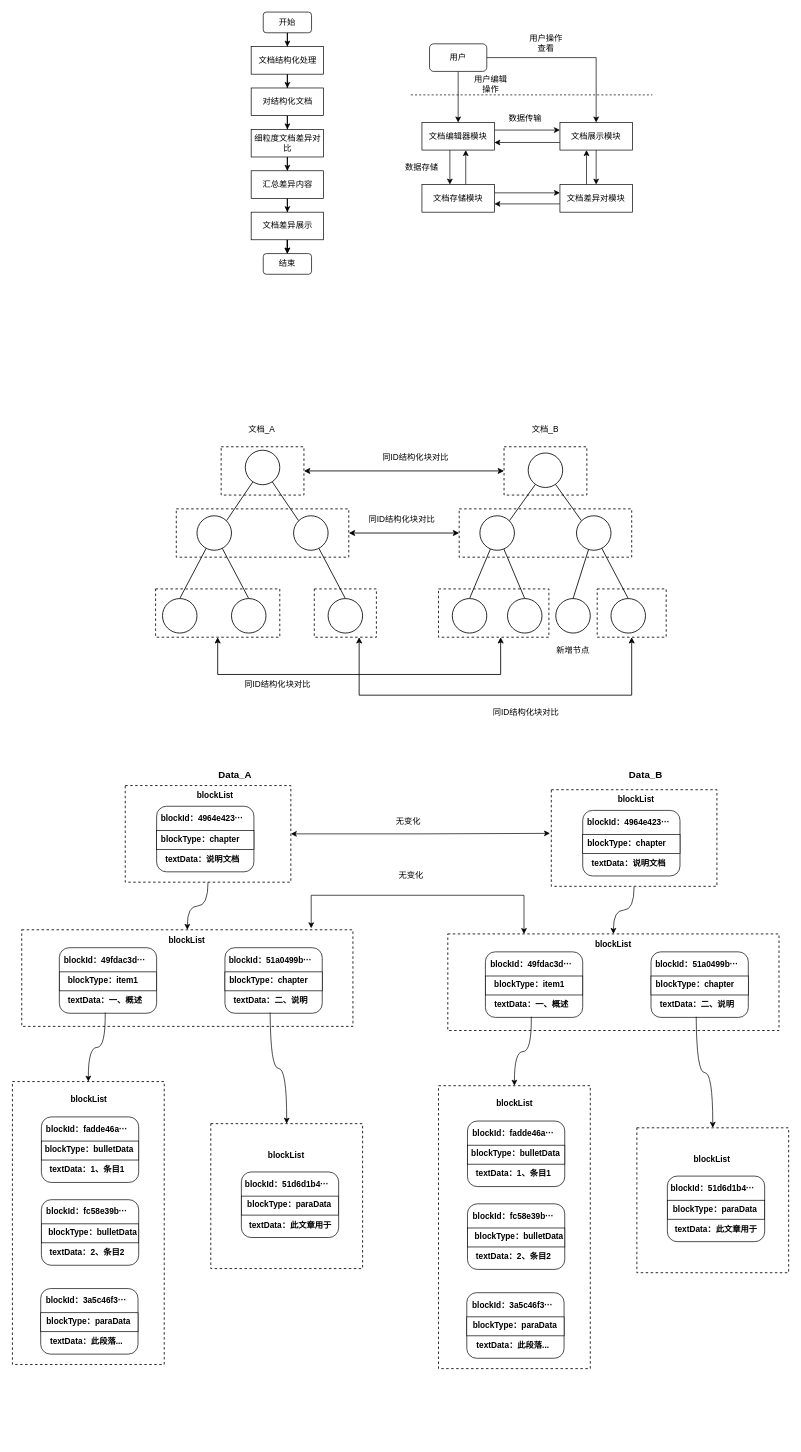
Earlier version of the draw.io diagram 专利/文档对比专利.drawio (DemonHan/KuickBuy). Source tidied: cells renumbered, new cells numbered last; positions are measured from the earlier drawing's top-left corner, leaving out a move shared by most shapes. Both pictures are drawn from the tidied source at 69%, with x=0, y=0 at pixel (12, 12).
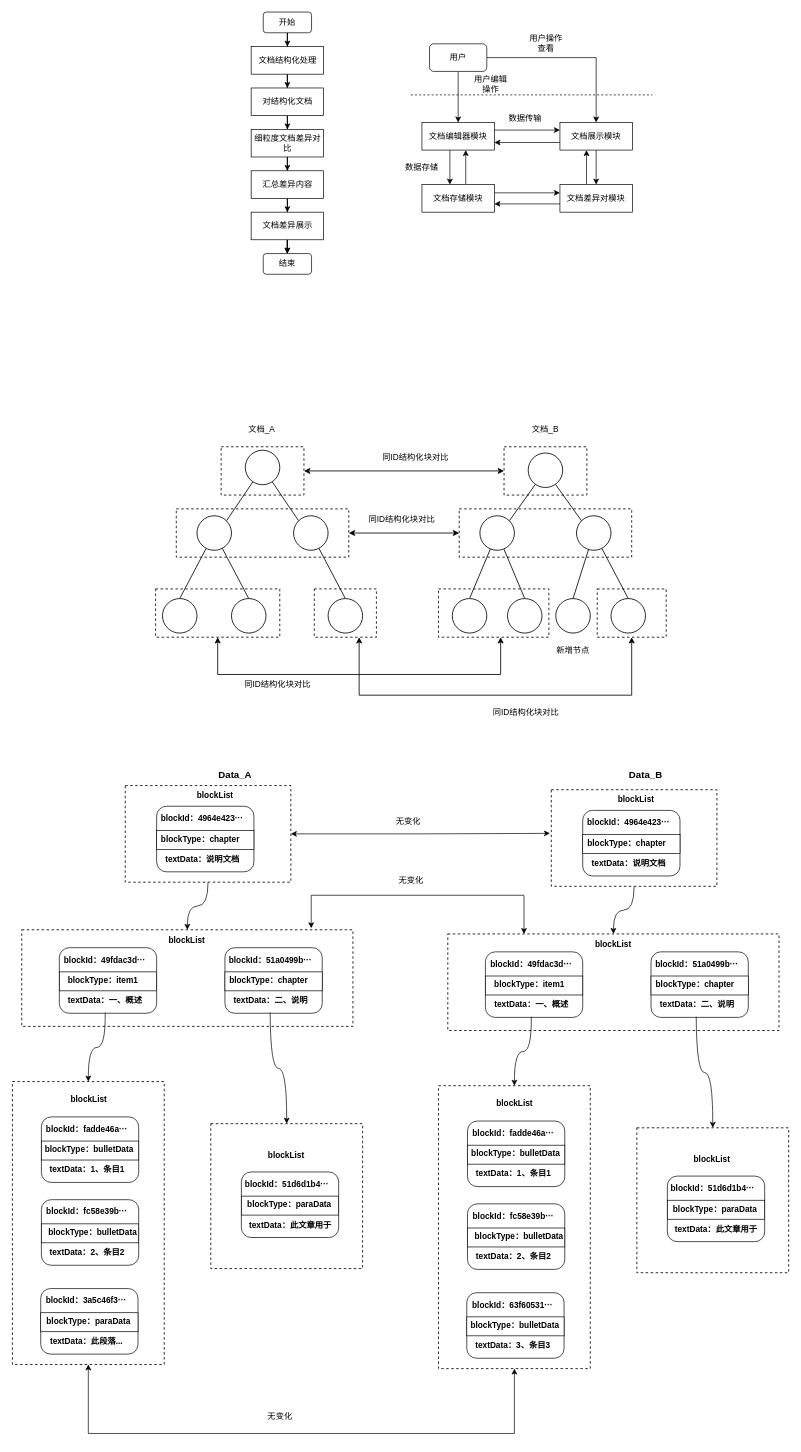
After the change.

Commit message (it also covers changes not shown here):
更新文档对比专利.drawio

The change refers to these unchanged cells:
```xml
<mxCell id="2" style="rounded=0;whiteSpace=wrap;html=1;dashed=1;strokeWidth=1.2;" parent="1" vertex="1">
  <mxGeometry x="0.5" y="1550" width="220" height="410" as="geometry" />
</mxCell>
<mxCell id="134" style="rounded=0;whiteSpace=wrap;html=1;dashed=1;strokeWidth=1.2;" parent="1" vertex="1">
  <mxGeometry x="618" y="1556" width="220" height="410" as="geometry" />
</mxCell>
<mxCell id="181" style="group;" parent="1" vertex="1">
  <mxGeometry x="654.5" y="1856" width="145.5" height="95" as="geometry" />
</mxCell>
```

Diff of the diagram source:
```diff
@@
-    <mxCell id="184" value="blockId：3a5c46f3···" style="text;html=1;align=center;verticalAlign=middle;whiteSpace=wrap;rounded=0;fontStyle=1;" parent="181" vertex="1">
+    <mxCell id="184" value="blockId：63f60531···" style="text;html=1;align=center;verticalAlign=middle;whiteSpace=wrap;rounded=0;fontStyle=1;" parent="181" vertex="1">
       <mxGeometry y="2.5" width="141" height="30" as="geometry" />
     </mxCell>
-    <mxCell id="185" value="blockType：paraData" style="text;html=1;align=center;verticalAlign=middle;whiteSpace=wrap;rounded=0;fontStyle=1;" parent="181" vertex="1">
+    <mxCell id="185" value="blockType：bulletData" style="text;html=1;align=center;verticalAlign=middle;whiteSpace=wrap;rounded=0;fontStyle=1;" parent="181" vertex="1">
       <mxGeometry x="8.2" y="32.5" width="131.8" height="30" as="geometry" />
     </mxCell>
-    <mxCell id="186" value="textData：此段落..." style="text;html=1;align=center;verticalAlign=middle;whiteSpace=wrap;rounded=0;fontStyle=1;" parent="181" vertex="1">
+    <mxCell id="186" value="textData：3、条目3" style="text;html=1;align=center;verticalAlign=middle;whiteSpace=wrap;rounded=0;fontStyle=1;" parent="181" vertex="1">
       <mxGeometry x="11.2" y="61.5" width="120" height="30" as="geometry" />
     </mxCell>
@@
     <mxCell id="190" value="无变化" style="text;html=1;align=center;verticalAlign=middle;strokeColor=none;fillColor=none;" parent="1" vertex="1">
-      <mxGeometry x="548" y="1237" width="60" height="30" as="geometry" />
+      <mxGeometry x="548" y="1244" width="60" height="30" as="geometry" />
     </mxCell>
+    <mxCell id="191" style="edgeStyle=orthogonalEdgeStyle;rounded=0;jettySize=auto;html=1;entryX=0.5;entryY=1;entryDx=0;entryDy=0;startArrow=classic;startFill=1;exitX=0.5;exitY=1;exitDx=0;exitDy=0;" parent="1" edge="1" source="2" target="134">
+      <mxGeometry relative="1" as="geometry">
+        <Array as="points">
+          <mxPoint x="110" y="2060" />
+          <mxPoint x="728" y="2060" />
+        </Array>
+      </mxGeometry>
+    </mxCell>
+    <mxCell id="192" value="无变化" style="text;html=1;align=center;verticalAlign=middle;strokeColor=none;fillColor=none;" parent="1" vertex="1">
+      <mxGeometry x="358" y="2020" width="60" height="30" as="geometry" />
+    </mxCell>
```
